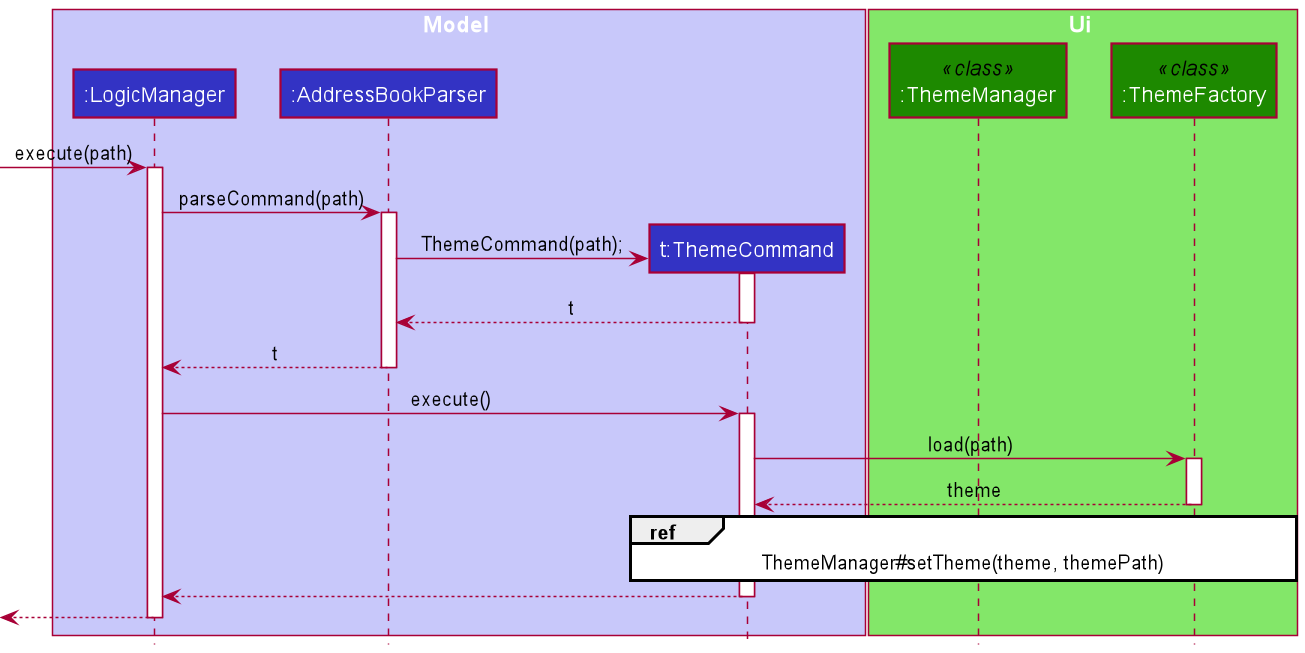
nus-cs2103-AY2021S2/tp keeps this PlantUML diagram as docs/images/ThemeCommandSequenceDiagram.png. Above is the earlier version.
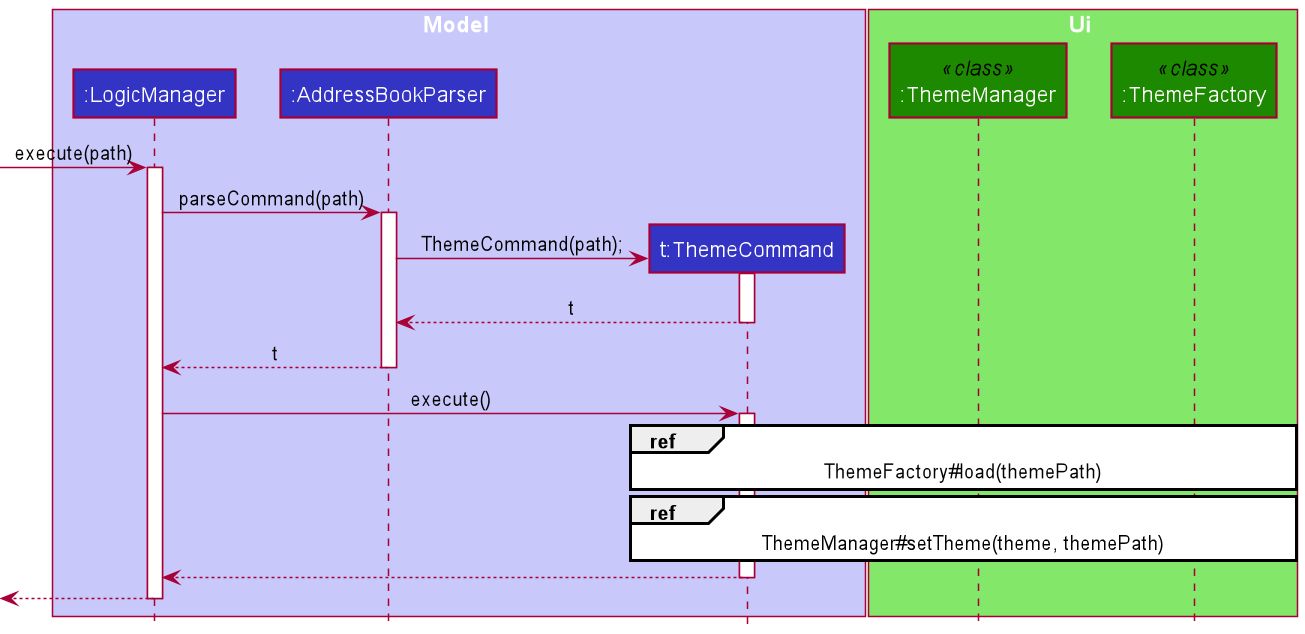
Above is the later version.

Commit message:
Update theme dg to include predefined themes

The edit, as a diff of the source:
```diff
@@ -27,9 +27,7 @@
 
 LogicManager -> ThemeCommand : execute()
 
-ThemeCommand -> ThemeFactory : load(path)
-
-ThemeFactory --> ThemeCommand : theme
+ref over ThemeCommand, ThemeFactory : ThemeFactory#load(themePath)
 
 ref over ThemeCommand, ThemeFactory : ThemeManager#setTheme(theme, themePath)
 
```
